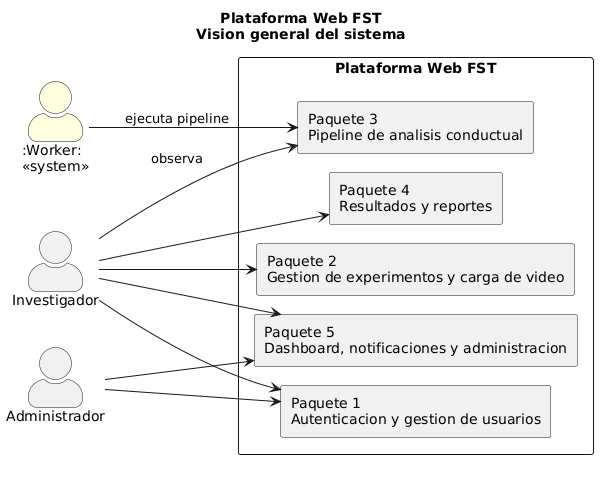
Above: figures/mermaid/cu_vision_general.png in ErickJester/fst-ai-system-latex (PlantUML), before the change.
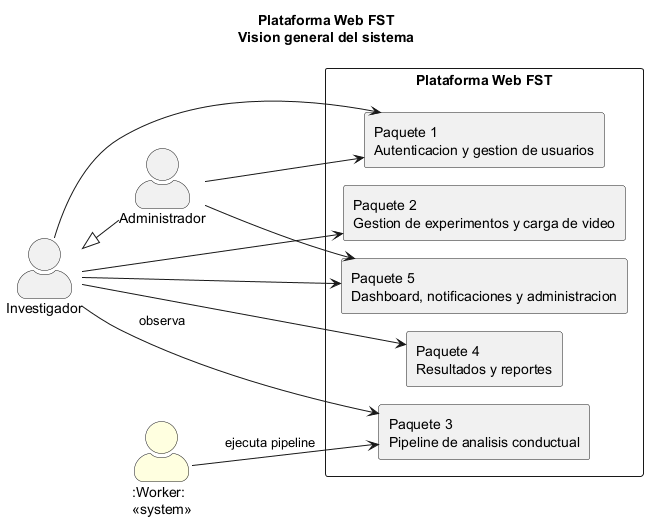
After the change.

Diff of the diagram source:
```diff
@@ -11,6 +11,7 @@
 actor "Investigador" as INV
 actor "Administrador" as ADMIN
 actor ":Worker:\n<<system>>" as WRK #LightYellow
+INV <|-- ADMIN
 rectangle "Plataforma Web FST" {
   rectangle "Paquete 1\nAutenticacion y gestion de usuarios" as P1
   rectangle "Paquete 2\nGestion de experimentos y carga de video" as P2
```
